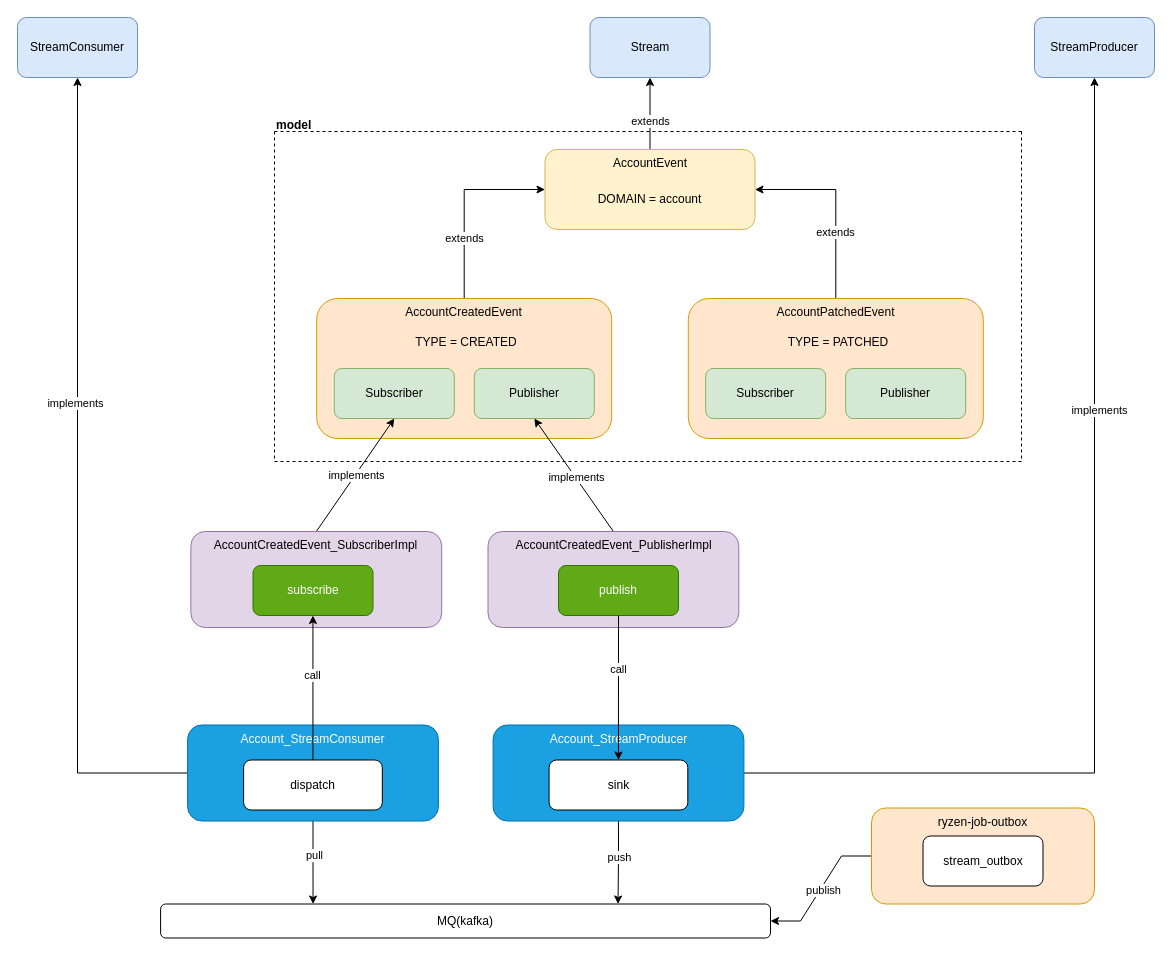
Before: docs/stream.drawio in evan-qianjh/ryzen, a draw.io diagram. Source tidied: cells renumbered, new cells numbered last; positions are measured from the earlier drawing's top-left corner, leaving out a move shared by most shapes. Both pictures are drawn from the tidied source at 100%, with x=0, y=0 at pixel (17, 17).
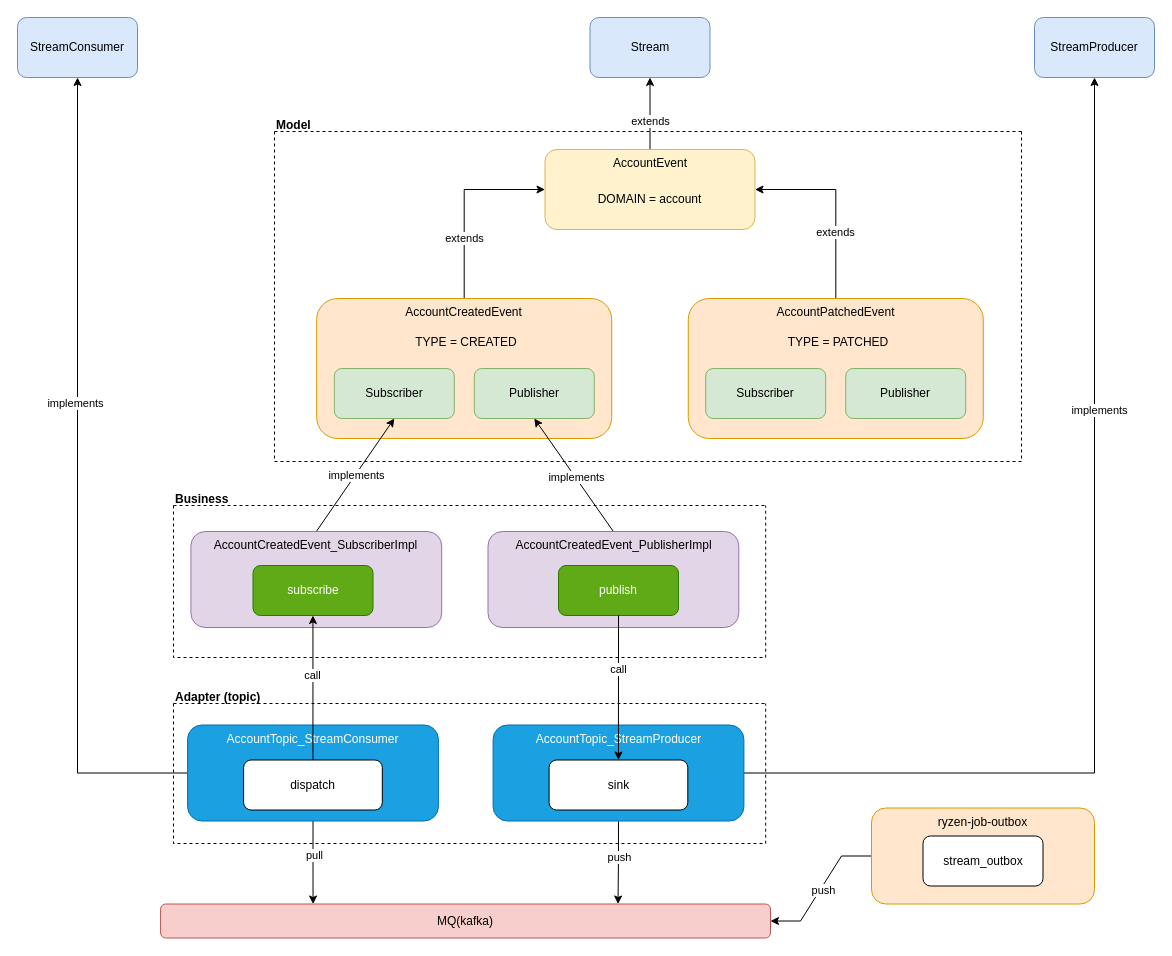
Above is the later version.

Unchanged cells that the change refers to:
```xml
<mxCell id="38" style="group;" parent="1" vertex="1">
  <mxGeometry x="170.1" y="707.5" width="250.8" height="96" as="geometry" />
</mxCell>
<mxCell id="41" style="edgeStyle=entityRelationEdgeStyle;rounded=0;jettySize=auto;html=1;exitX=0;exitY=0.5;exitDx=0;exitDy=0;" parent="1" edge="1" source="43" target="33">
  <mxGeometry relative="1" as="geometry" />
</mxCell>
<mxCell id="45" style="group;" parent="1" vertex="1">
  <mxGeometry x="475.6" y="707.5" width="250.8" height="96" as="geometry" />
</mxCell>
```

What changed in the source:
```diff
@@
-    <mxCell id="33" value="MQ(kafka)" style="rounded=1;whiteSpace=wrap;html=1;" parent="1" vertex="1">
+    <mxCell id="33" value="MQ(kafka)" style="rounded=1;whiteSpace=wrap;html=1;fillColor=#f8cecc;strokeColor=#b85450;" parent="1" vertex="1">
       <mxGeometry x="143.1" y="886.5" width="609.9" height="34" as="geometry" />
     </mxCell>
@@
-    <mxCell id="39" value="Account_StreamConsumer" style="rounded=1;whiteSpace=wrap;html=1;verticalAlign=top;fillColor=#1ba1e2;strokeColor=#006EAF;fontColor=#ffffff;" parent="38" vertex="1">
+    <mxCell id="39" value="AccountTopic_StreamConsumer" style="rounded=1;whiteSpace=wrap;html=1;verticalAlign=top;fillColor=#1ba1e2;strokeColor=#006EAF;fontColor=#ffffff;" parent="38" vertex="1">
       <mxGeometry width="250.8" height="96" as="geometry" />
     </mxCell>
@@
-    <mxCell id="42" value="publish" style="edgeLabel;html=1;align=center;verticalAlign=middle;" parent="41" vertex="1">
+    <mxCell id="42" value="push" style="edgeLabel;html=1;align=center;verticalAlign=middle;" parent="41" vertex="1">
       <mxGeometry x="-0.17" y="3" relative="1" as="geometry">
         <mxPoint x="-7" y="10" as="offset" />
       </mxGeometry>
     </mxCell>
@@
-    <mxCell id="46" value="Account_StreamProducer" style="rounded=1;whiteSpace=wrap;html=1;verticalAlign=top;fillColor=#1ba1e2;strokeColor=#006EAF;fontColor=#ffffff;" parent="45" vertex="1">
+    <mxCell id="46" value="AccountTopic_StreamProducer" style="rounded=1;whiteSpace=wrap;html=1;verticalAlign=top;fillColor=#1ba1e2;strokeColor=#006EAF;fontColor=#ffffff;" parent="45" vertex="1">
       <mxGeometry width="250.8" height="96" as="geometry" />
     </mxCell>
@@
-    <mxCell id="52" value="model&#10;" style="swimlane;startSize=0;dashed=1;align=left;" parent="1" vertex="1">
+    <mxCell id="52" value="Model&#10;" style="swimlane;startSize=0;dashed=1;align=left;" parent="1" vertex="1">
       <mxGeometry x="257" y="114" width="747" height="330" as="geometry" />
     </mxCell>
+    <mxCell id="53" value="Business&#10;" style="swimlane;startSize=0;dashed=1;align=left;" parent="1" vertex="1">
+      <mxGeometry x="156" y="488" width="592.2" height="152" as="geometry" />
+    </mxCell>
+    <mxCell id="54" value="Adapter (topic)&#10;" style="swimlane;startSize=0;align=left;dashed=1;" parent="1" vertex="1">
+      <mxGeometry x="156" y="686" width="592.2" height="140" as="geometry" />
+    </mxCell>
```
